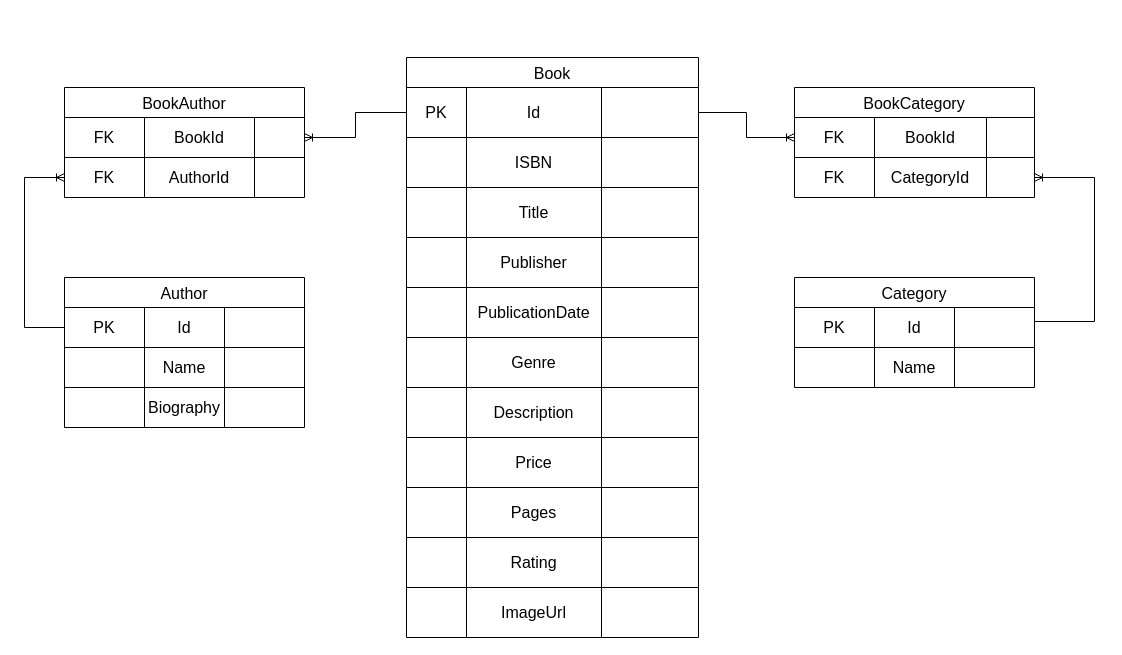
Above: page "Физическая модель" (3 of 3) of BookFlowSchemadrawio.drawio in BahodurTursunov/BookFlow (draw.io), before the change. Source tidied: cells renumbered, new cells numbered last; positions are measured from the earlier drawing's top-left corner, leaving out a move shared by most shapes. Both pictures are drawn from the tidied source at 100%, with x=0, y=0 at pixel (24, 57).
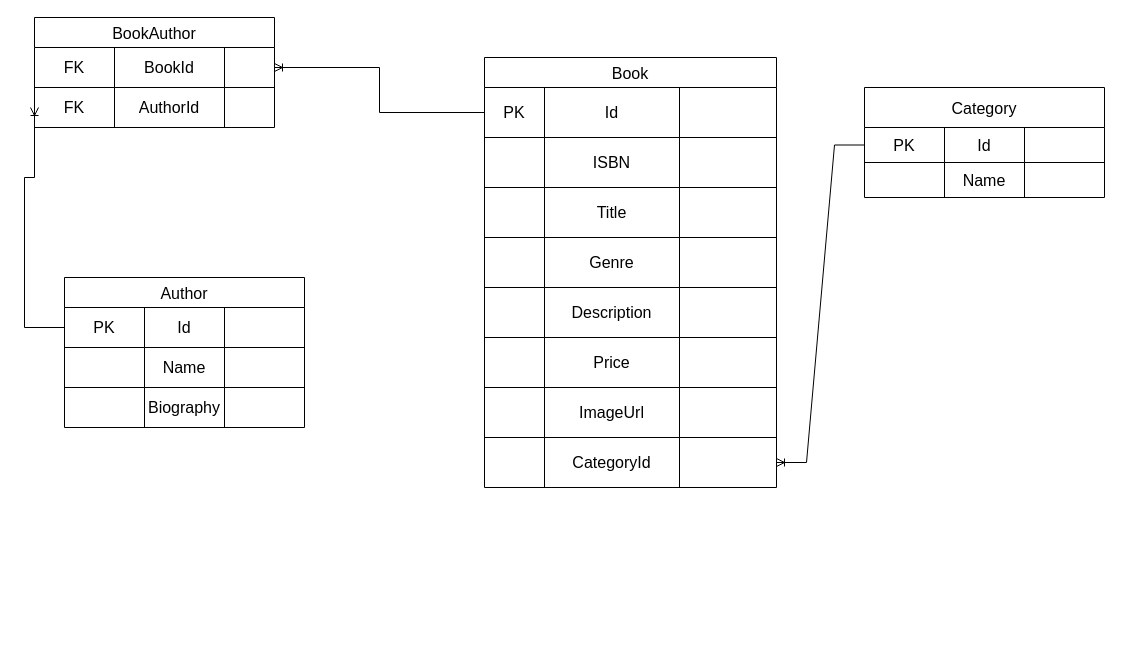
The same page after the edit.

The change refers to these unchanged cells:
```xml
<mxCell id="16" style="shape=tableRow;horizontal=0;startSize=0;swimlaneHead=0;swimlaneBody=0;strokeColor=inherit;top=0;left=0;bottom=0;right=0;fillColor=none;points=[[0,0.5],[1,0.5]];portConstraint=eastwest;fontSize=16;" parent="15" vertex="1">
  <mxGeometry y="30" width="292" height="50" as="geometry" />
</mxCell>
```

Diff of the diagram source:
```diff
@@
     <mxCell id="15" value="Book" style="shape=table;startSize=30;childLayout=tableLayout;strokeColor=default;fontSize=16;" parent="1" vertex="1">
-      <mxGeometry x="382" width="292" height="580" as="geometry" />
+      <mxGeometry x="460" width="292" height="430" as="geometry" />
     </mxCell>
@@
-    <mxCell id="28" style="shape=tableRow;horizontal=0;startSize=0;swimlaneHead=0;swimlaneBody=0;strokeColor=inherit;top=0;left=0;bottom=0;right=0;fillColor=none;fontSize=16;" parent="15" vertex="1">
-      <mxGeometry y="180" width="292" height="50" as="geometry" />
-    </mxCell>
-    <mxCell id="29" style="shape=partialRectangle;html=1;whiteSpace=wrap;strokeColor=inherit;overflow=hidden;fillColor=none;top=0;left=0;bottom=0;right=0;fontSize=16;" parent="28" vertex="1">
-      <mxGeometry width="60" height="50" as="geometry" />
-    </mxCell>
-    <mxCell id="30" value="Publisher" style="shape=partialRectangle;html=1;whiteSpace=wrap;strokeColor=inherit;overflow=hidden;fillColor=none;top=0;left=0;bottom=0;right=0;fontSize=16;" parent="28" vertex="1">
-      <mxGeometry x="60" width="135" height="50" as="geometry" />
-    </mxCell>
-    <mxCell id="31" style="shape=partialRectangle;html=1;whiteSpace=wrap;strokeColor=inherit;overflow=hidden;fillColor=none;top=0;left=0;bottom=0;right=0;fontSize=16;" parent="28" vertex="1">
-      <mxGeometry x="195" width="97" height="50" as="geometry" />
-    </mxCell>
-    <mxCell id="32" style="shape=tableRow;horizontal=0;startSize=0;swimlaneHead=0;swimlaneBody=0;strokeColor=inherit;top=0;left=0;bottom=0;right=0;fillColor=none;fontSize=16;" parent="15" vertex="1">
-      <mxGeometry y="230" width="292" height="50" as="geometry" />
-    </mxCell>
-    <mxCell id="33" style="shape=partialRectangle;html=1;whiteSpace=wrap;strokeColor=inherit;overflow=hidden;fillColor=none;top=0;left=0;bottom=0;right=0;fontSize=16;" parent="32" vertex="1">
-      <mxGeometry width="60" height="50" as="geometry" />
-    </mxCell>
-    <mxCell id="34" value="PublicationDate" style="shape=partialRectangle;html=1;whiteSpace=wrap;strokeColor=inherit;overflow=hidden;fillColor=none;top=0;left=0;bottom=0;right=0;fontSize=16;" parent="32" vertex="1">
-      <mxGeometry x="60" width="135" height="50" as="geometry" />
-    </mxCell>
-    <mxCell id="35" style="shape=partialRectangle;html=1;whiteSpace=wrap;strokeColor=inherit;overflow=hidden;fillColor=none;top=0;left=0;bottom=0;right=0;fontSize=16;" parent="32" vertex="1">
-      <mxGeometry x="195" width="97" height="50" as="geometry" />
-    </mxCell>
     <mxCell id="36" style="shape=tableRow;horizontal=0;startSize=0;swimlaneHead=0;swimlaneBody=0;strokeColor=inherit;top=0;left=0;bottom=0;right=0;fillColor=none;fontSize=16;" parent="15" vertex="1">
-      <mxGeometry y="280" width="292" height="50" as="geometry" />
+      <mxGeometry y="180" width="292" height="50" as="geometry" />
     </mxCell>
@@
     <mxCell id="40" style="shape=tableRow;horizontal=0;startSize=0;swimlaneHead=0;swimlaneBody=0;strokeColor=inherit;top=0;left=0;bottom=0;right=0;fillColor=none;fontSize=16;" parent="15" vertex="1">
-      <mxGeometry y="330" width="292" height="50" as="geometry" />
+      <mxGeometry y="230" width="292" height="50" as="geometry" />
     </mxCell>
@@
     <mxCell id="44" style="shape=tableRow;horizontal=0;startSize=0;swimlaneHead=0;swimlaneBody=0;strokeColor=inherit;top=0;left=0;bottom=0;right=0;fillColor=none;fontSize=16;" parent="15" vertex="1">
-      <mxGeometry y="380" width="292" height="50" as="geometry" />
+      <mxGeometry y="280" width="292" height="50" as="geometry" />
     </mxCell>
@@
-    <mxCell id="48" style="shape=tableRow;horizontal=0;startSize=0;swimlaneHead=0;swimlaneBody=0;strokeColor=inherit;top=0;left=0;bottom=0;right=0;fillColor=none;fontSize=16;" parent="15" vertex="1">
-      <mxGeometry y="430" width="292" height="50" as="geometry" />
-    </mxCell>
-    <mxCell id="49" style="shape=partialRectangle;html=1;whiteSpace=wrap;strokeColor=inherit;overflow=hidden;fillColor=none;top=0;left=0;bottom=0;right=0;fontSize=16;" parent="48" vertex="1">
-      <mxGeometry width="60" height="50" as="geometry" />
-    </mxCell>
-    <mxCell id="50" value="Pages" style="shape=partialRectangle;html=1;whiteSpace=wrap;strokeColor=inherit;overflow=hidden;fillColor=none;top=0;left=0;bottom=0;right=0;fontSize=16;" parent="48" vertex="1">
-      <mxGeometry x="60" width="135" height="50" as="geometry" />
-    </mxCell>
-    <mxCell id="51" style="shape=partialRectangle;html=1;whiteSpace=wrap;strokeColor=inherit;overflow=hidden;fillColor=none;top=0;left=0;bottom=0;right=0;fontSize=16;" parent="48" vertex="1">
-      <mxGeometry x="195" width="97" height="50" as="geometry" />
-    </mxCell>
-    <mxCell id="52" style="shape=tableRow;horizontal=0;startSize=0;swimlaneHead=0;swimlaneBody=0;strokeColor=inherit;top=0;left=0;bottom=0;right=0;fillColor=none;fontSize=16;" parent="15" vertex="1">
-      <mxGeometry y="480" width="292" height="50" as="geometry" />
-    </mxCell>
-    <mxCell id="53" style="shape=partialRectangle;html=1;whiteSpace=wrap;strokeColor=inherit;overflow=hidden;fillColor=none;top=0;left=0;bottom=0;right=0;fontSize=16;" parent="52" vertex="1">
-      <mxGeometry width="60" height="50" as="geometry" />
-    </mxCell>
-    <mxCell id="54" value="Rating" style="shape=partialRectangle;html=1;whiteSpace=wrap;strokeColor=inherit;overflow=hidden;fillColor=none;top=0;left=0;bottom=0;right=0;fontSize=16;" parent="52" vertex="1">
-      <mxGeometry x="60" width="135" height="50" as="geometry" />
-    </mxCell>
-    <mxCell id="55" style="shape=partialRectangle;html=1;whiteSpace=wrap;strokeColor=inherit;overflow=hidden;fillColor=none;top=0;left=0;bottom=0;right=0;fontSize=16;" parent="52" vertex="1">
-      <mxGeometry x="195" width="97" height="50" as="geometry" />
-    </mxCell>
     <mxCell id="56" style="shape=tableRow;horizontal=0;startSize=0;swimlaneHead=0;swimlaneBody=0;strokeColor=inherit;top=0;left=0;bottom=0;right=0;fillColor=none;fontSize=16;" parent="15" vertex="1">
-      <mxGeometry y="530" width="292" height="50" as="geometry" />
+      <mxGeometry y="330" width="292" height="50" as="geometry" />
     </mxCell>
@@
+    <mxCell id="91" style="shape=tableRow;horizontal=0;startSize=0;swimlaneHead=0;swimlaneBody=0;strokeColor=inherit;top=0;left=0;bottom=0;right=0;fillColor=none;points=[[0,0.5],[1,0.5]];portConstraint=eastwest;fontSize=16;" parent="15" vertex="1">
+      <mxGeometry y="380" width="292" height="50" as="geometry" />
+    </mxCell>
+    <mxCell id="92" style="shape=partialRectangle;html=1;whiteSpace=wrap;strokeColor=inherit;overflow=hidden;fillColor=none;top=0;left=0;bottom=0;right=0;fontSize=16;" parent="91" vertex="1">
+      <mxGeometry width="60" height="50" as="geometry" />
+    </mxCell>
+    <mxCell id="85" value="CategoryId" style="shape=partialRectangle;html=1;whiteSpace=wrap;strokeColor=inherit;overflow=hidden;fillColor=none;top=0;left=0;bottom=0;right=0;fontSize=16;" parent="91" vertex="1">
+      <mxGeometry x="60" width="135" height="50" as="geometry" />
+    </mxCell>
+    <mxCell id="93" style="shape=partialRectangle;html=1;whiteSpace=wrap;strokeColor=inherit;overflow=hidden;fillColor=none;top=0;left=0;bottom=0;right=0;fontSize=16;" parent="91" vertex="1">
+      <mxGeometry x="195" width="97" height="50" as="geometry" />
+    </mxCell>
-    <mxCell id="60" value="Category" style="shape=table;startSize=30;childLayout=tableLayout;strokeColor=default;fontSize=16;" parent="1" vertex="1">
-      <mxGeometry x="770" y="220" width="240" height="110" as="geometry" />
+    <mxCell id="60" value="Category" style="shape=table;startSize=40;childLayout=tableLayout;strokeColor=default;fontSize=16;" parent="1" vertex="1">
+      <mxGeometry x="840" y="30" width="240" height="110" as="geometry" />
     </mxCell>
     <mxCell id="61" style="shape=tableRow;horizontal=0;startSize=0;swimlaneHead=0;swimlaneBody=0;strokeColor=inherit;top=0;left=0;bottom=0;right=0;fillColor=none;points=[[0,0.5],[1,0.5]];portConstraint=eastwest;fontSize=16;" parent="60" vertex="1">
-      <mxGeometry y="30" width="240" height="40" as="geometry" />
+      <mxGeometry y="40" width="240" height="35" as="geometry" />
     </mxCell>
     <mxCell id="62" value="PK" style="shape=partialRectangle;html=1;whiteSpace=wrap;strokeColor=inherit;overflow=hidden;fillColor=none;top=0;left=0;bottom=0;right=0;fontSize=16;" parent="61" vertex="1">
-      <mxGeometry width="80" height="40" as="geometry" />
+      <mxGeometry width="80" height="35" as="geometry" />
     </mxCell>
     <mxCell id="63" value="Id" style="shape=partialRectangle;html=1;whiteSpace=wrap;strokeColor=inherit;overflow=hidden;fillColor=none;top=0;left=0;bottom=0;right=0;fontSize=16;" parent="61" vertex="1">
-      <mxGeometry x="80" width="80" height="40" as="geometry" />
+      <mxGeometry x="80" width="80" height="35" as="geometry" />
     </mxCell>
     <mxCell id="64" style="shape=partialRectangle;html=1;whiteSpace=wrap;strokeColor=inherit;overflow=hidden;fillColor=none;top=0;left=0;bottom=0;right=0;fontSize=16;" parent="61" vertex="1">
-      <mxGeometry x="160" width="80" height="40" as="geometry" />
+      <mxGeometry x="160" width="80" height="35" as="geometry" />
     </mxCell>
     <mxCell id="65" style="shape=tableRow;horizontal=0;startSize=0;swimlaneHead=0;swimlaneBody=0;strokeColor=inherit;top=0;left=0;bottom=0;right=0;fillColor=none;fontSize=16;" parent="60" vertex="1">
-      <mxGeometry y="70" width="240" height="40" as="geometry" />
+      <mxGeometry y="75" width="240" height="35" as="geometry" />
     </mxCell>
     <mxCell id="66" style="shape=partialRectangle;html=1;whiteSpace=wrap;strokeColor=inherit;overflow=hidden;fillColor=none;top=0;left=0;bottom=0;right=0;fontSize=16;" parent="65" vertex="1">
-      <mxGeometry width="80" height="40" as="geometry" />
+      <mxGeometry width="80" height="35" as="geometry" />
     </mxCell>
     <mxCell id="67" value="Name" style="shape=partialRectangle;html=1;whiteSpace=wrap;strokeColor=inherit;overflow=hidden;fillColor=none;top=0;left=0;bottom=0;right=0;fontSize=16;" parent="65" vertex="1">
-      <mxGeometry x="80" width="80" height="40" as="geometry" />
+      <mxGeometry x="80" width="80" height="35" as="geometry" />
     </mxCell>
     <mxCell id="68" style="shape=partialRectangle;html=1;whiteSpace=wrap;strokeColor=inherit;overflow=hidden;fillColor=none;top=0;left=0;bottom=0;right=0;fontSize=16;" parent="65" vertex="1">
-      <mxGeometry x="160" width="80" height="40" as="geometry" />
+      <mxGeometry x="160" width="80" height="35" as="geometry" />
     </mxCell>
     <mxCell id="69" value="BookAuthor" style="shape=table;startSize=30;childLayout=tableLayout;strokeColor=default;fontSize=16;" parent="1" vertex="1">
-      <mxGeometry x="40" y="30" width="240" height="110" as="geometry" />
+      <mxGeometry x="10" y="-40" width="240" height="110" as="geometry" />
     </mxCell>
@@
-    <mxCell id="78" value="BookCategory" style="shape=table;startSize=30;childLayout=tableLayout;strokeColor=default;fontSize=16;" parent="1" vertex="1">
-      <mxGeometry x="770" y="30" width="240" height="110" as="geometry" />
-    </mxCell>
-    <mxCell id="79" style="shape=tableRow;horizontal=0;startSize=0;swimlaneHead=0;swimlaneBody=0;strokeColor=inherit;top=0;left=0;bottom=0;right=0;fillColor=none;points=[[0,0.5],[1,0.5]];portConstraint=eastwest;fontSize=16;" parent="78" vertex="1">
-      <mxGeometry y="30" width="240" height="40" as="geometry" />
-    </mxCell>
-    <mxCell id="80" value="FK" style="shape=partialRectangle;html=1;whiteSpace=wrap;strokeColor=inherit;overflow=hidden;fillColor=none;top=0;left=0;bottom=0;right=0;fontSize=16;" parent="79" vertex="1">
-      <mxGeometry width="80" height="40" as="geometry" />
-    </mxCell>
-    <mxCell id="81" value="BookId" style="shape=partialRectangle;html=1;whiteSpace=wrap;strokeColor=inherit;overflow=hidden;fillColor=none;top=0;left=0;bottom=0;right=0;fontSize=16;" parent="79" vertex="1">
-      <mxGeometry x="80" width="112" height="40" as="geometry" />
-    </mxCell>
-    <mxCell id="82" style="shape=partialRectangle;html=1;whiteSpace=wrap;strokeColor=inherit;overflow=hidden;fillColor=none;top=0;left=0;bottom=0;right=0;fontSize=16;" parent="79" vertex="1">
-      <mxGeometry x="192" width="48" height="40" as="geometry" />
-    </mxCell>
-    <mxCell id="83" style="shape=tableRow;horizontal=0;startSize=0;swimlaneHead=0;swimlaneBody=0;strokeColor=inherit;top=0;left=0;bottom=0;right=0;fillColor=none;points=[[0,0.5],[1,0.5]];portConstraint=eastwest;fontSize=16;" parent="78" vertex="1">
-      <mxGeometry y="70" width="240" height="40" as="geometry" />
-    </mxCell>
-    <mxCell id="84" value="FK" style="shape=partialRectangle;html=1;whiteSpace=wrap;strokeColor=inherit;overflow=hidden;fillColor=none;top=0;left=0;bottom=0;right=0;fontSize=16;" parent="83" vertex="1">
-      <mxGeometry width="80" height="40" as="geometry" />
-    </mxCell>
-    <mxCell id="85" value="CategoryId" style="shape=partialRectangle;html=1;whiteSpace=wrap;strokeColor=inherit;overflow=hidden;fillColor=none;top=0;left=0;bottom=0;right=0;fontSize=16;" parent="83" vertex="1">
-      <mxGeometry x="80" width="112" height="40" as="geometry" />
-    </mxCell>
-    <mxCell id="86" style="shape=partialRectangle;html=1;whiteSpace=wrap;strokeColor=inherit;overflow=hidden;fillColor=none;top=0;left=0;bottom=0;right=0;fontSize=16;" parent="83" vertex="1">
-      <mxGeometry x="192" width="48" height="40" as="geometry" />
-    </mxCell>
@@
-    <mxCell id="89" style="edgeStyle=orthogonalEdgeStyle;fontSize=12;html=1;endArrow=ERoneToMany;rounded=0;exitX=1;exitY=0.5;exitDx=0;exitDy=0;entryX=0;entryY=0.5;entryDx=0;entryDy=0;" parent="1" edge="1" source="16" target="79">
-      <mxGeometry relative="1" as="geometry" />
-    </mxCell>
-    <mxCell id="90" style="edgeStyle=orthogonalEdgeStyle;fontSize=12;html=1;endArrow=ERoneToMany;rounded=0;entryX=1;entryY=0.5;entryDx=0;entryDy=0;" parent="1" edge="1" source="61" target="83">
-      <mxGeometry relative="1" as="geometry">
-        <Array as="points">
-          <mxPoint x="1070" y="264" />
-          <mxPoint x="1070" y="120" />
-        </Array>
-      </mxGeometry>
-    </mxCell>
+    <mxCell id="94" style="edgeStyle=entityRelationEdgeStyle;fontSize=12;html=1;endArrow=ERoneToMany;rounded=0;exitX=0;exitY=0.5;exitDx=0;exitDy=0;entryX=1;entryY=0.5;entryDx=0;entryDy=0;" parent="1" edge="1" source="61" target="91">
+      <mxGeometry relative="1" as="geometry" />
+    </mxCell>
```
